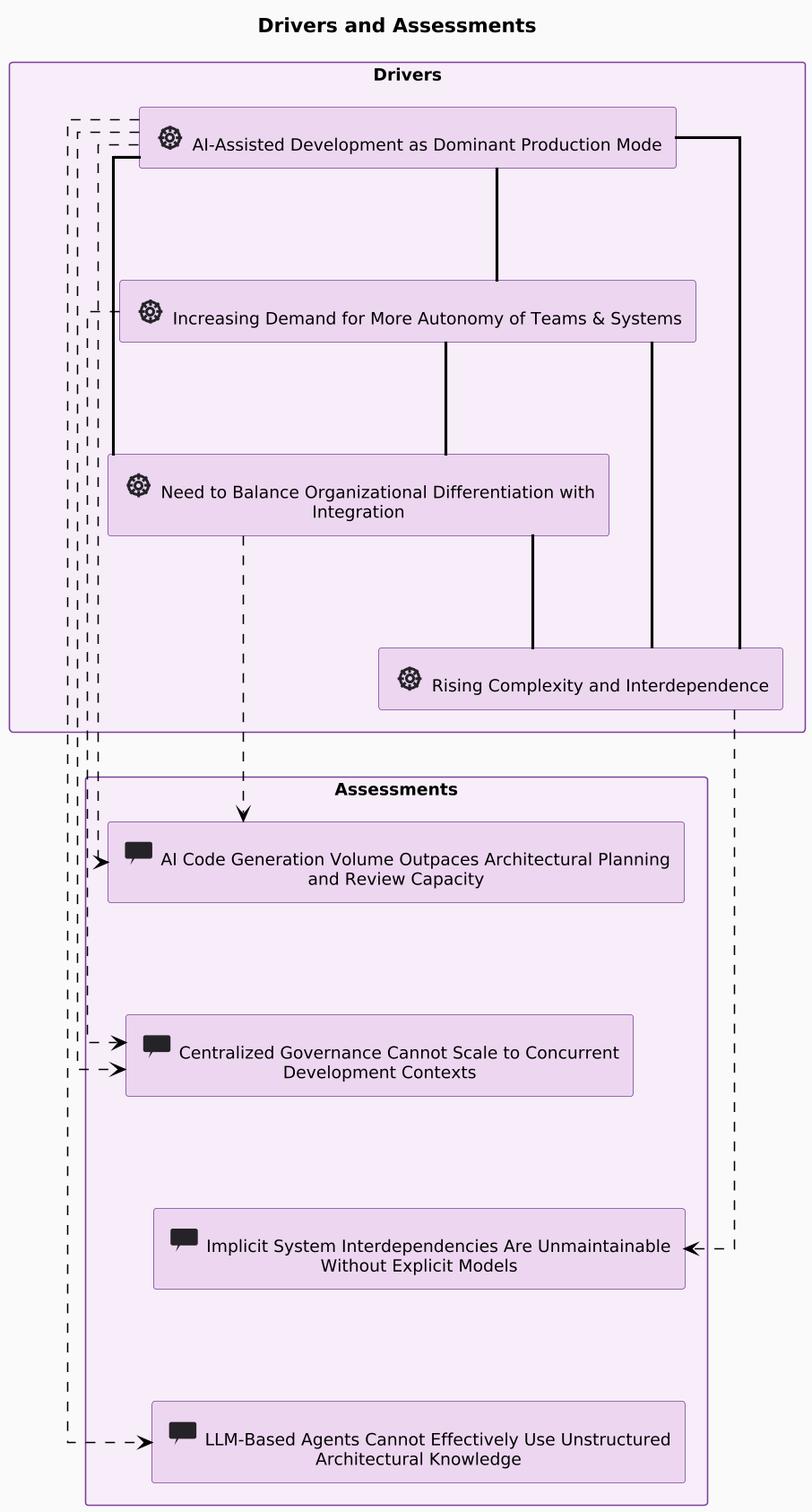
Earlier version of the PlantUML export engagements/ENG-ARCH-REPO/architecture-repository/diagram-catalog/rendered/drivers-and-assessments.png (mbauer83/assisted-architecture-management).
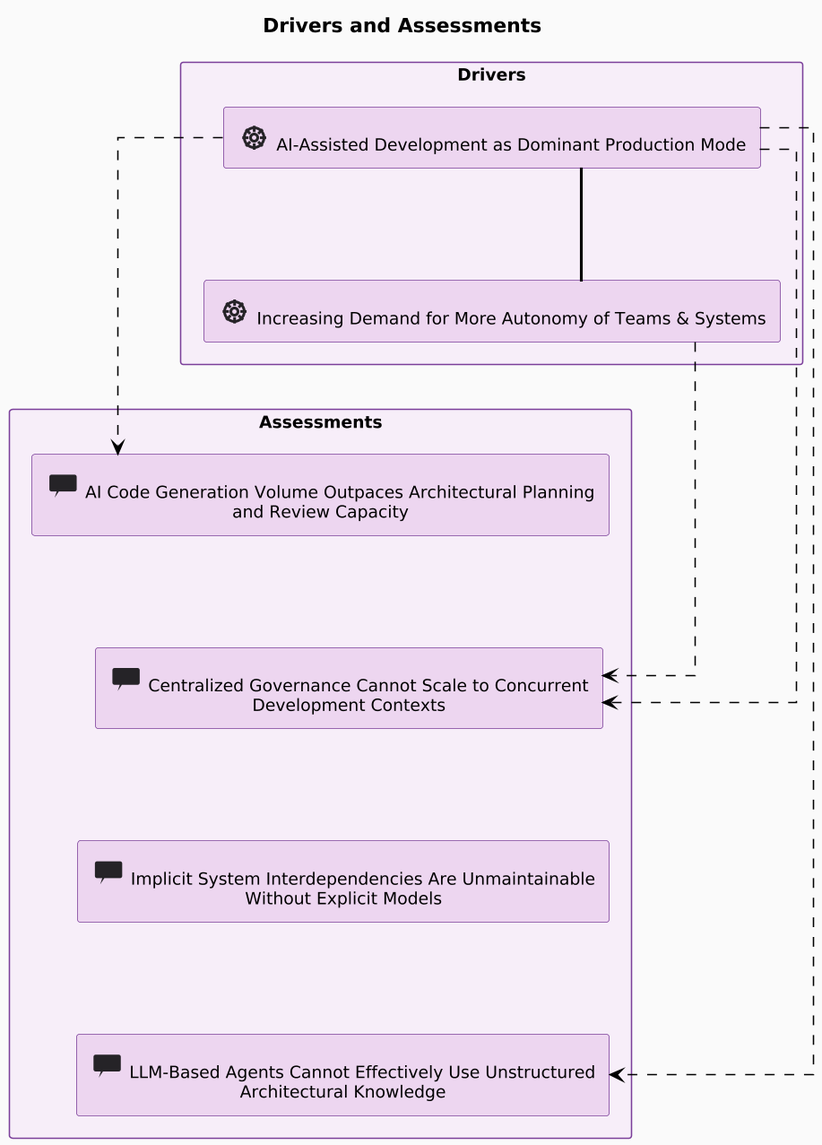
After the commit.

What changed in the source:
```diff
@@ -9,12 +9,8 @@
 rectangle "Drivers" <<MotivationGrouping>> {
   rectangle "<$archimate_Driver{scale=1.5}> AI-Assisted Development as Dominant Production Mode" <<Driver>> as DRV_GR9prv
   rectangle "<$archimate_Driver{scale=1.5}> Increasing Demand for More Autonomy of Teams & Systems" <<Driver>> as DRV_Rt6Yu2
-  rectangle "<$archimate_Driver{scale=1.5}> Need to Balance Organizational Differentiation with Integration" <<Driver>> as DRV_CuhLPB
-  rectangle "<$archimate_Driver{scale=1.5}> Rising Complexity and Interdependence" <<Driver>> as DRV_Ui5Op3
 }
 DRV_GR9prv -[hidden]right- DRV_Rt6Yu2
-DRV_Rt6Yu2 -[hidden]right- DRV_CuhLPB
-DRV_CuhLPB -[hidden]right- DRV_Ui5Op3
 
 rectangle "Assessments" <<MotivationGrouping>> {
   rectangle "<$archimate_Assessment{scale=1.5}> AI Code Generation Volume Outpaces Architectural Planning and Review Capacity" <<Assessment>> as ASS_EI3FpR
@@ -25,19 +21,12 @@
 ASS_EI3FpR -[hidden]down- ASS_a6vxyj
 ASS_a6vxyj -[hidden]down- ASS_9YWsDh
 ASS_9YWsDh -[hidden]down- ASS_s68vVo
-DRV_Ui5Op3 -[hidden]down- ASS_EI3FpR
+DRV_Rt6Yu2 -[hidden]down- ASS_EI3FpR
 
-Rel_Influence_Down(DRV_Ui5Op3, ASS_9YWsDh, "")
-Rel_Association(DRV_CuhLPB, DRV_Ui5Op3, "")
-Rel_Influence_Down(DRV_CuhLPB, ASS_EI3FpR, "")
-Rel_Association(DRV_CuhLPB, DRV_GR9prv, "")
 Rel_Influence_Down(DRV_Rt6Yu2, ASS_a6vxyj, "")
 Rel_Association(DRV_GR9prv, DRV_Rt6Yu2, "")
 Rel_Influence_Down(DRV_GR9prv, ASS_EI3FpR, "")
 Rel_Influence_Down(DRV_GR9prv, ASS_a6vxyj, "")
 Rel_Influence_Down(DRV_GR9prv, ASS_s68vVo, "")
-Rel_Association(DRV_GR9prv, DRV_Ui5Op3, "")
-Rel_Association(DRV_Rt6Yu2, DRV_Ui5Op3, "")
-Rel_Association(DRV_Rt6Yu2, DRV_CuhLPB, "")
 
 @enduml
```
